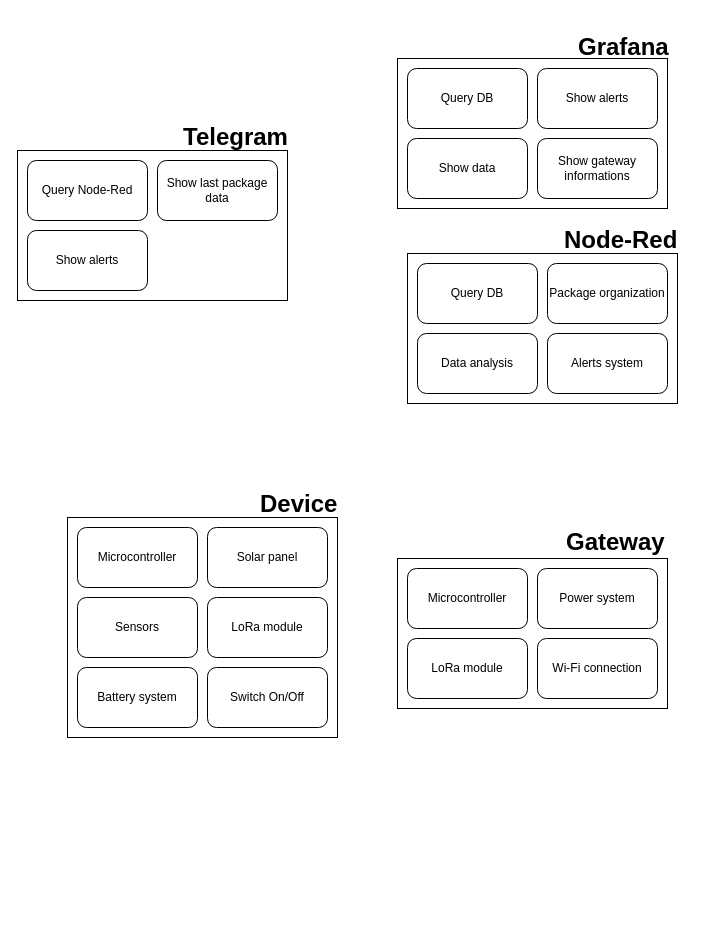
Above: MAIN/arquiteture_first.drawio in Teusocost/Tracker_IPB (draw.io), before the change. Source tidied: cells renumbered, new cells numbered last; positions are measured from the earlier drawing's top-left corner, leaving out a move shared by most shapes. Both pictures are drawn from the tidied source at 100%, with x=0, y=0 at pixel (17, 27).
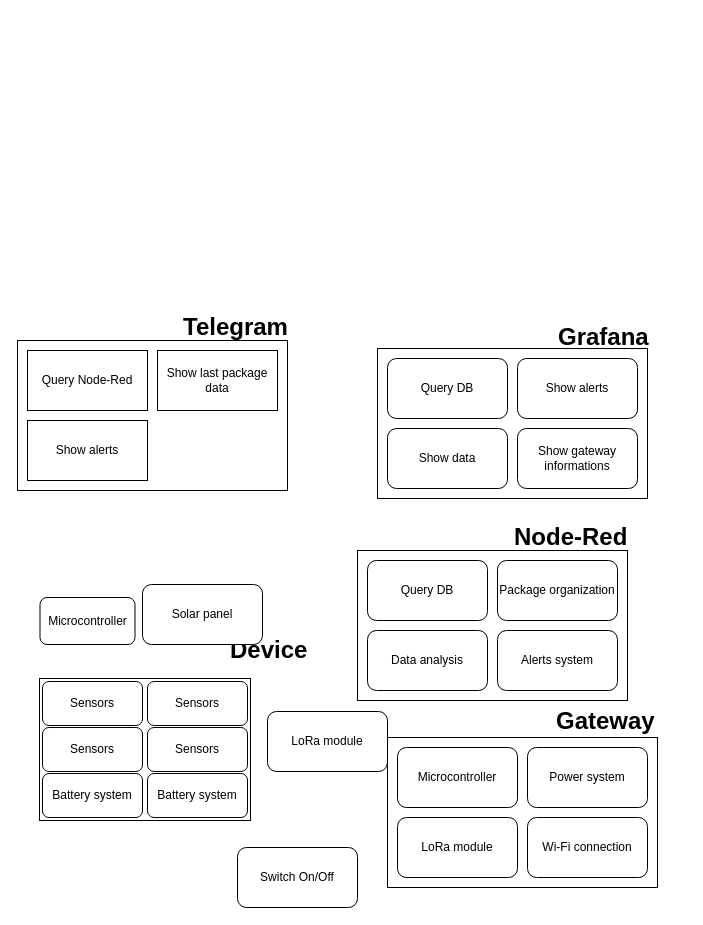
Above is the later version.

Diff of the diagram source:
```diff
@@
     <mxCell id="2" style="rounded=0;whiteSpace=wrap;html=1;" parent="1" vertex="1">
-      <mxGeometry x="380" y="531" width="270" height="150" as="geometry" />
+      <mxGeometry x="370" y="710" width="270" height="150" as="geometry" />
     </mxCell>
     <mxCell id="3" style="rounded=0;whiteSpace=wrap;html=1;" parent="1" vertex="1">
-      <mxGeometry x="50" y="490" width="270" height="220" as="geometry" />
+      <mxGeometry x="22" y="651" width="211" height="142" as="geometry" />
     </mxCell>
     <mxCell id="4" value="&lt;h1&gt;Device&lt;/h1&gt;" style="text;html=1;strokeColor=none;fillColor=none;spacing=5;spacingTop=-20;whiteSpace=wrap;overflow=hidden;rounded=0;" parent="1" vertex="1">
-      <mxGeometry x="238" y="457" width="90" height="40" as="geometry" />
+      <mxGeometry x="208" y="603" width="90" height="40" as="geometry" />
     </mxCell>
     <mxCell id="5" value="Microcontroller" style="rounded=1;whiteSpace=wrap;html=1;" parent="1" vertex="1">
-      <mxGeometry x="60" y="500" width="120" height="60" as="geometry" />
+      <mxGeometry x="22.5" y="570" width="95" height="47" as="geometry" />
     </mxCell>
     <mxCell id="6" value="Sensors" style="rounded=1;whiteSpace=wrap;html=1;" parent="1" vertex="1">
-      <mxGeometry x="60" y="570" width="120" height="60" as="geometry" />
+      <mxGeometry x="25" y="700" width="100" height="44" as="geometry" />
     </mxCell>
     <mxCell id="7" value="Battery system" style="rounded=1;whiteSpace=wrap;html=1;" parent="1" vertex="1">
-      <mxGeometry x="60" y="640" width="120" height="60" as="geometry" />
+      <mxGeometry x="25" y="746" width="100" height="44" as="geometry" />
     </mxCell>
     <mxCell id="8" value="Solar panel" style="rounded=1;whiteSpace=wrap;html=1;" parent="1" vertex="1">
-      <mxGeometry x="190" y="500" width="120" height="60" as="geometry" />
+      <mxGeometry x="125" y="557" width="120" height="60" as="geometry" />
     </mxCell>
     <mxCell id="9" value="LoRa module" style="rounded=1;whiteSpace=wrap;html=1;" parent="1" vertex="1">
-      <mxGeometry x="190" y="570" width="120" height="60" as="geometry" />
+      <mxGeometry x="250" y="684" width="120" height="60" as="geometry" />
     </mxCell>
     <mxCell id="10" value="Switch On/Off" style="rounded=1;whiteSpace=wrap;html=1;" parent="1" vertex="1">
-      <mxGeometry x="190" y="640" width="120" height="60" as="geometry" />
+      <mxGeometry x="220" y="820" width="120" height="60" as="geometry" />
     </mxCell>
     <mxCell id="11" value="&lt;h1&gt;Gateway&lt;/h1&gt;" style="text;html=1;strokeColor=none;fillColor=none;spacing=5;spacingTop=-20;whiteSpace=wrap;overflow=hidden;rounded=0;" parent="1" vertex="1">
-      <mxGeometry x="544" y="495" width="120" height="40" as="geometry" />
+      <mxGeometry x="534" y="674" width="120" height="40" as="geometry" />
     </mxCell>
     <mxCell id="12" value="Microcontroller" style="rounded=1;whiteSpace=wrap;html=1;" parent="1" vertex="1">
-      <mxGeometry x="390" y="541" width="120" height="60" as="geometry" />
+      <mxGeometry x="380" y="720" width="120" height="60" as="geometry" />
     </mxCell>
     <mxCell id="13" value="Power system" style="rounded=1;whiteSpace=wrap;html=1;" parent="1" vertex="1">
-      <mxGeometry x="520" y="541" width="120" height="60" as="geometry" />
+      <mxGeometry x="510" y="720" width="120" height="60" as="geometry" />
     </mxCell>
     <mxCell id="14" value="LoRa module" style="rounded=1;whiteSpace=wrap;html=1;" parent="1" vertex="1">
-      <mxGeometry x="390" y="611" width="120" height="60" as="geometry" />
+      <mxGeometry x="380" y="790" width="120" height="60" as="geometry" />
     </mxCell>
     <mxCell id="15" value="Wi-Fi connection" style="rounded=1;whiteSpace=wrap;html=1;" parent="1" vertex="1">
-      <mxGeometry x="520" y="611" width="120" height="60" as="geometry" />
+      <mxGeometry x="510" y="790" width="120" height="60" as="geometry" />
     </mxCell>
     <mxCell id="16" style="rounded=0;whiteSpace=wrap;html=1;" parent="1" vertex="1">
-      <mxGeometry x="390" y="226" width="270" height="150" as="geometry" />
+      <mxGeometry x="340" y="523" width="270" height="150" as="geometry" />
     </mxCell>
     <mxCell id="17" value="&lt;h1&gt;Node-Red&lt;/h1&gt;" style="text;html=1;strokeColor=none;fillColor=none;spacing=5;spacingTop=-20;whiteSpace=wrap;overflow=hidden;rounded=0;" parent="1" vertex="1">
-      <mxGeometry x="542" y="193" width="126" height="40" as="geometry" />
+      <mxGeometry x="492" y="490" width="126" height="40" as="geometry" />
     </mxCell>
     <mxCell id="18" value="Query DB" style="rounded=1;whiteSpace=wrap;html=1;" parent="1" vertex="1">
-      <mxGeometry x="400" y="236" width="120" height="60" as="geometry" />
+      <mxGeometry x="350" y="533" width="120" height="60" as="geometry" />
     </mxCell>
     <mxCell id="19" value="Package organization" style="rounded=1;whiteSpace=wrap;html=1;" parent="1" vertex="1">
-      <mxGeometry x="530" y="236" width="120" height="60" as="geometry" />
+      <mxGeometry x="480" y="533" width="120" height="60" as="geometry" />
     </mxCell>
     <mxCell id="20" value="Data analysis" style="rounded=1;whiteSpace=wrap;html=1;" parent="1" vertex="1">
-      <mxGeometry x="400" y="306" width="120" height="60" as="geometry" />
+      <mxGeometry x="350" y="603" width="120" height="60" as="geometry" />
     </mxCell>
     <mxCell id="21" value="Alerts system" style="rounded=1;whiteSpace=wrap;html=1;" parent="1" vertex="1">
-      <mxGeometry x="530" y="306" width="120" height="60" as="geometry" />
+      <mxGeometry x="480" y="603" width="120" height="60" as="geometry" />
     </mxCell>
-    <mxCell id="22" style="rounded=0;whiteSpace=wrap;html=1;" parent="1" vertex="1">
-      <mxGeometry y="123" width="270" height="150" as="geometry" />
+    <mxCell id="22" style="rounded=0;whiteSpace=wrap;html=1;perimeterSpacing=0;" parent="1" vertex="1">
+      <mxGeometry y="313" width="270" height="150" as="geometry" />
     </mxCell>
-    <mxCell id="23" value="&lt;h1&gt;Telegram&lt;/h1&gt;" style="text;html=1;strokeColor=none;fillColor=none;spacing=5;spacingTop=-20;whiteSpace=wrap;overflow=hidden;rounded=0;" parent="1" vertex="1">
-      <mxGeometry x="161" y="90" width="126" height="40" as="geometry" />
+    <mxCell id="23" value="&lt;h1&gt;Telegram&lt;/h1&gt;" style="text;html=1;strokeColor=none;fillColor=none;spacing=5;spacingTop=-20;whiteSpace=wrap;overflow=hidden;rounded=0;perimeterSpacing=0;" parent="1" vertex="1">
+      <mxGeometry x="161" y="280" width="126" height="40" as="geometry" />
     </mxCell>
-    <mxCell id="24" value="Query Node-Red" style="rounded=1;whiteSpace=wrap;html=1;" parent="1" vertex="1">
-      <mxGeometry x="10" y="133" width="120" height="60" as="geometry" />
+    <mxCell id="24" value="Query Node-Red" style="rounded=0;whiteSpace=wrap;html=1;perimeterSpacing=0;" parent="1" vertex="1">
+      <mxGeometry x="10" y="323" width="120" height="60" as="geometry" />
     </mxCell>
-    <mxCell id="25" value="Show last package data" style="rounded=1;whiteSpace=wrap;html=1;" parent="1" vertex="1">
-      <mxGeometry x="140" y="133" width="120" height="60" as="geometry" />
+    <mxCell id="25" value="Show last package data" style="rounded=0;whiteSpace=wrap;html=1;perimeterSpacing=0;" parent="1" vertex="1">
+      <mxGeometry x="140" y="323" width="120" height="60" as="geometry" />
     </mxCell>
-    <mxCell id="26" value="Show alerts" style="rounded=1;whiteSpace=wrap;html=1;" parent="1" vertex="1">
-      <mxGeometry x="10" y="203" width="120" height="60" as="geometry" />
+    <mxCell id="26" value="Show alerts" style="rounded=0;whiteSpace=wrap;html=1;perimeterSpacing=0;" parent="1" vertex="1">
+      <mxGeometry x="10" y="393" width="120" height="60" as="geometry" />
     </mxCell>
     <mxCell id="27" style="rounded=0;whiteSpace=wrap;html=1;" parent="1" vertex="1">
-      <mxGeometry x="380" y="31" width="270" height="150" as="geometry" />
+      <mxGeometry x="360" y="321" width="270" height="150" as="geometry" />
     </mxCell>
     <mxCell id="28" value="&lt;h1&gt;Grafana&lt;/h1&gt;" style="text;html=1;strokeColor=none;fillColor=none;spacing=5;spacingTop=-20;whiteSpace=wrap;overflow=hidden;rounded=0;" parent="1" vertex="1">
-      <mxGeometry x="556" width="100" height="40" as="geometry" />
+      <mxGeometry x="536" y="290" width="100" height="40" as="geometry" />
     </mxCell>
     <mxCell id="29" value="Query DB" style="rounded=1;whiteSpace=wrap;html=1;" parent="1" vertex="1">
-      <mxGeometry x="390" y="41" width="120" height="60" as="geometry" />
+      <mxGeometry x="370" y="331" width="120" height="60" as="geometry" />
     </mxCell>
     <mxCell id="30" value="Show alerts" style="rounded=1;whiteSpace=wrap;html=1;" parent="1" vertex="1">
-      <mxGeometry x="520" y="41" width="120" height="60" as="geometry" />
+      <mxGeometry x="500" y="331" width="120" height="60" as="geometry" />
     </mxCell>
     <mxCell id="31" value="Show data" style="rounded=1;whiteSpace=wrap;html=1;" parent="1" vertex="1">
-      <mxGeometry x="390" y="111" width="120" height="60" as="geometry" />
+      <mxGeometry x="370" y="401" width="120" height="60" as="geometry" />
     </mxCell>
     <mxCell id="32" value="Show gateway informations" style="rounded=1;whiteSpace=wrap;html=1;" parent="1" vertex="1">
-      <mxGeometry x="520" y="111" width="120" height="60" as="geometry" />
+      <mxGeometry x="500" y="401" width="120" height="60" as="geometry" />
     </mxCell>
+    <mxCell id="33" value="Sensors" style="rounded=1;whiteSpace=wrap;html=1;" parent="1" vertex="1">
+      <mxGeometry x="25" y="654" width="100" height="44" as="geometry" />
+    </mxCell>
+    <mxCell id="34" value="Sensors" style="rounded=1;whiteSpace=wrap;html=1;" parent="1" vertex="1">
+      <mxGeometry x="130" y="700" width="100" height="44" as="geometry" />
+    </mxCell>
+    <mxCell id="35" value="Battery system" style="rounded=1;whiteSpace=wrap;html=1;" parent="1" vertex="1">
+      <mxGeometry x="130" y="746" width="100" height="44" as="geometry" />
+    </mxCell>
+    <mxCell id="36" value="Sensors" style="rounded=1;whiteSpace=wrap;html=1;" parent="1" vertex="1">
+      <mxGeometry x="130" y="654" width="100" height="44" as="geometry" />
+    </mxCell>
```
